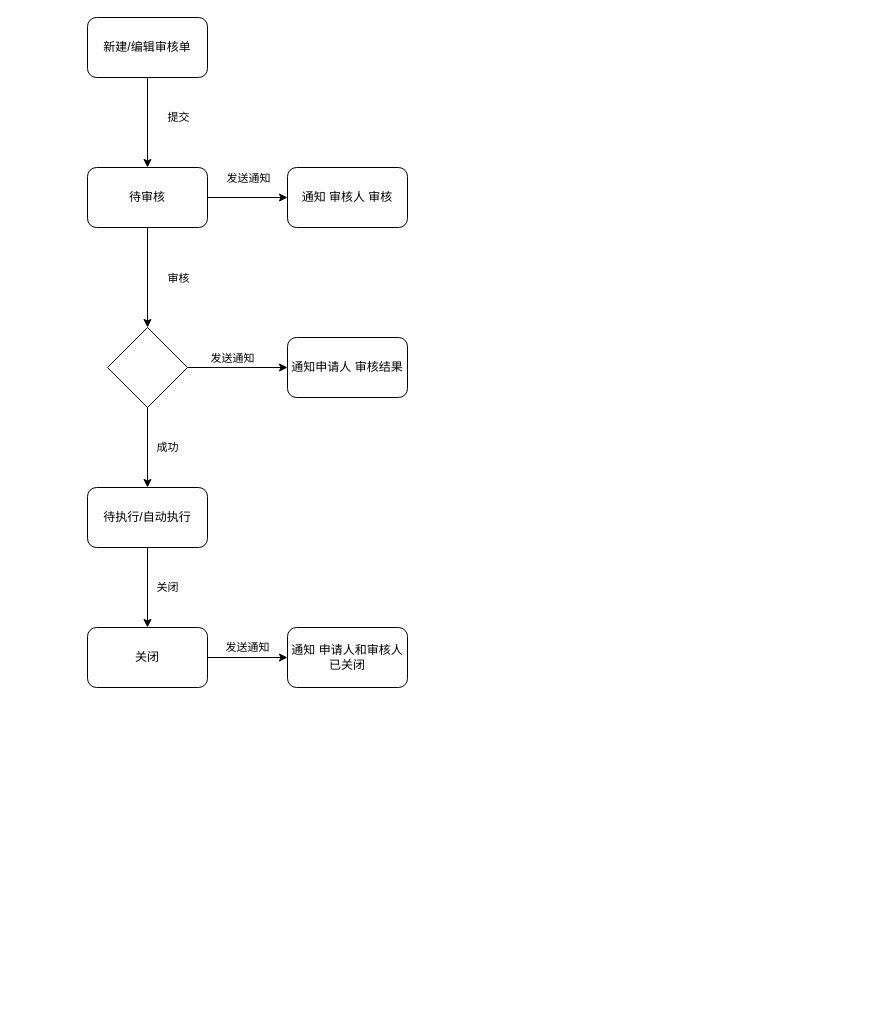
Before: apps/approval/docs/flow.drawio in infraboard/mflow, a draw.io diagram. Source tidied: cells renumbered, new cells numbered last; positions are measured from the earlier drawing's top-left corner, leaving out a move shared by most shapes. Both pictures are drawn from the tidied source at 100%, with x=0, y=0 at pixel (87, 17).
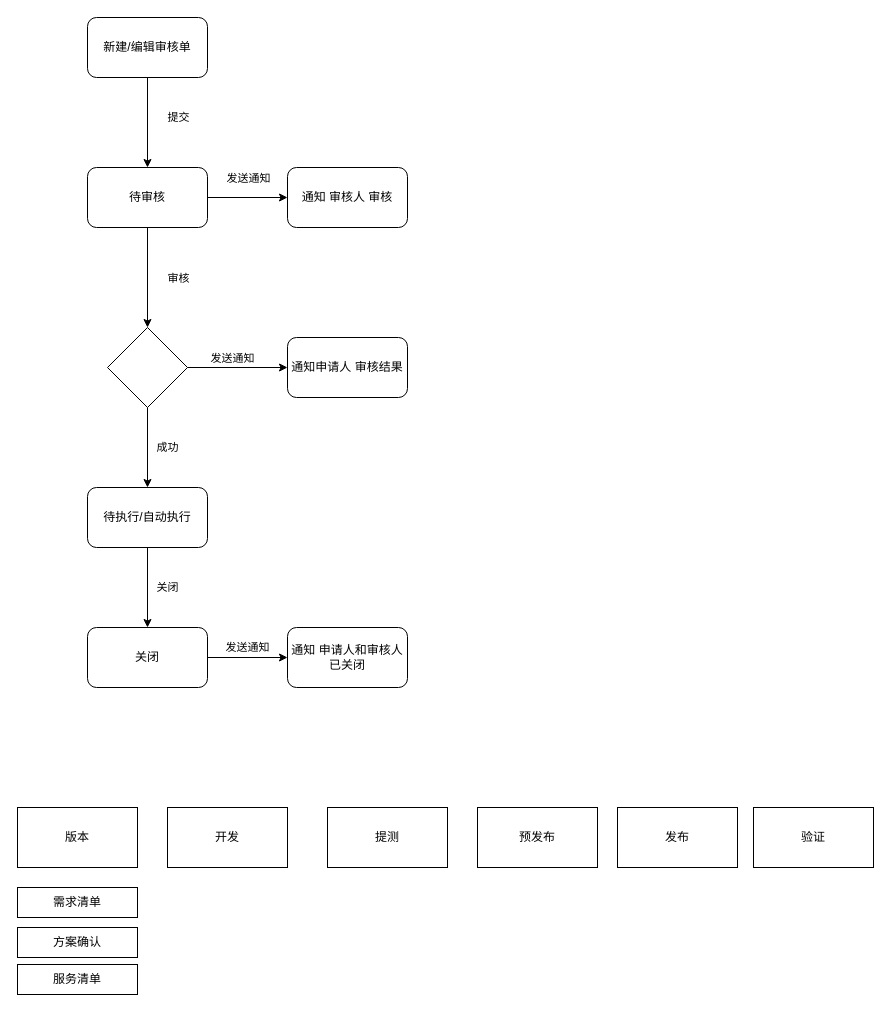
The same page after the edit.

Commit message (it also covers changes not shown here):
补充job参数脱敏

The edit, as a diff of the source:
```diff
@@
+    <mxCell id="21" value="版本" style="rounded=0;whiteSpace=wrap;html=1;" parent="1" vertex="1">
+      <mxGeometry x="-70" y="790" width="120" height="60" as="geometry" />
+    </mxCell>
+    <mxCell id="22" value="需求清单" style="rounded=0;whiteSpace=wrap;html=1;" parent="1" vertex="1">
+      <mxGeometry x="-70" y="870" width="120" height="30" as="geometry" />
+    </mxCell>
+    <mxCell id="23" value="服务清单" style="rounded=0;whiteSpace=wrap;html=1;" parent="1" vertex="1">
+      <mxGeometry x="-70" y="947" width="120" height="30" as="geometry" />
+    </mxCell>
+    <mxCell id="24" value="开发" style="rounded=0;whiteSpace=wrap;html=1;" parent="1" vertex="1">
+      <mxGeometry x="80" y="790" width="120" height="60" as="geometry" />
+    </mxCell>
+    <mxCell id="25" value="提测" style="rounded=0;whiteSpace=wrap;html=1;" parent="1" vertex="1">
+      <mxGeometry x="240" y="790" width="120" height="60" as="geometry" />
+    </mxCell>
+    <mxCell id="26" value="预发布" style="rounded=0;whiteSpace=wrap;html=1;" parent="1" vertex="1">
+      <mxGeometry x="390" y="790" width="120" height="60" as="geometry" />
+    </mxCell>
+    <mxCell id="27" value="发布" style="rounded=0;whiteSpace=wrap;html=1;" parent="1" vertex="1">
+      <mxGeometry x="530" y="790" width="120" height="60" as="geometry" />
+    </mxCell>
+    <mxCell id="28" value="验证" style="rounded=0;whiteSpace=wrap;html=1;" parent="1" vertex="1">
+      <mxGeometry x="666" y="790" width="120" height="60" as="geometry" />
+    </mxCell>
+    <mxCell id="29" value="方案确认" style="rounded=0;whiteSpace=wrap;html=1;" parent="1" vertex="1">
+      <mxGeometry x="-70" y="910" width="120" height="30" as="geometry" />
+    </mxCell>
```
